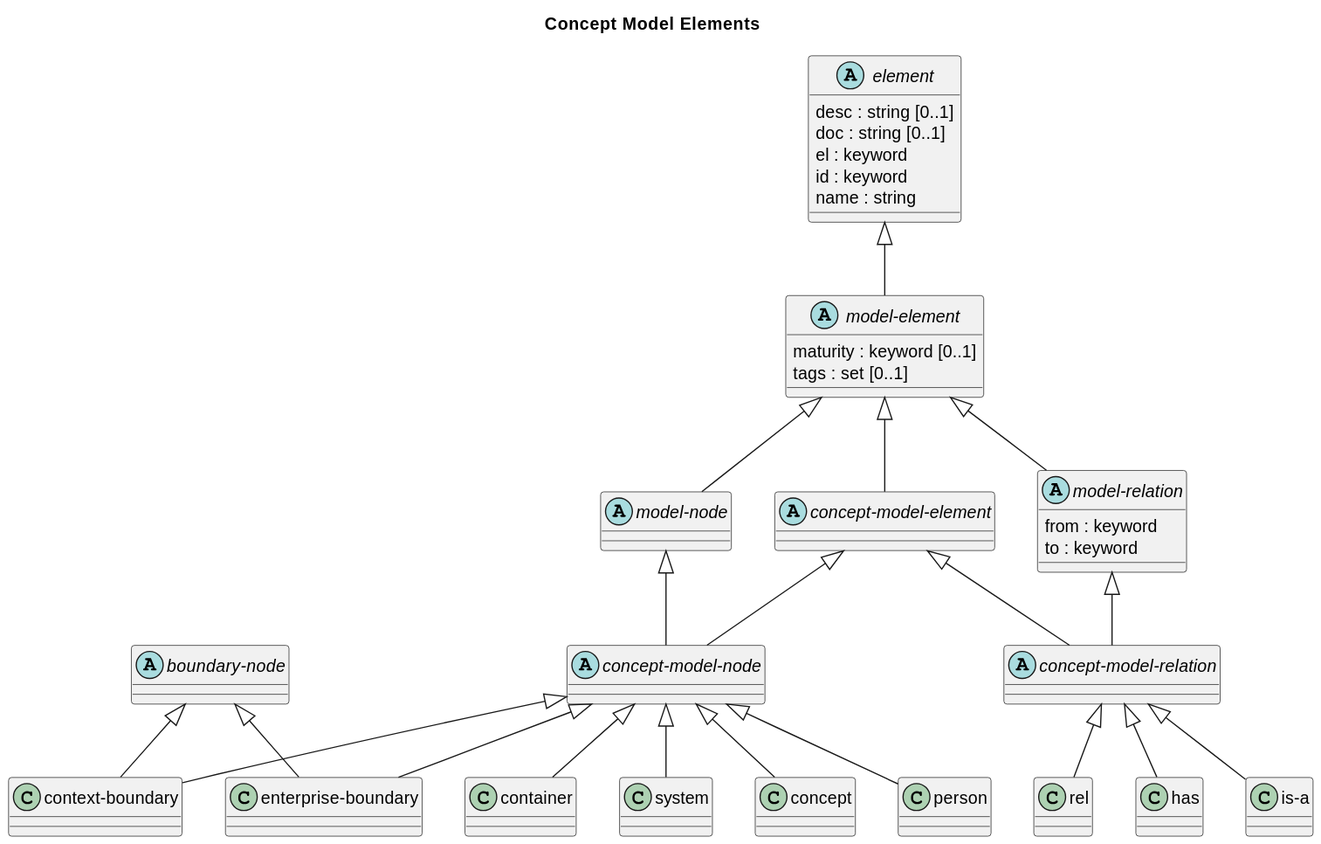
Before: doc/images/overarch/data-model/concept-model-elements.svg, a diagram exported from PlantUML (soulspace-org/overarch).
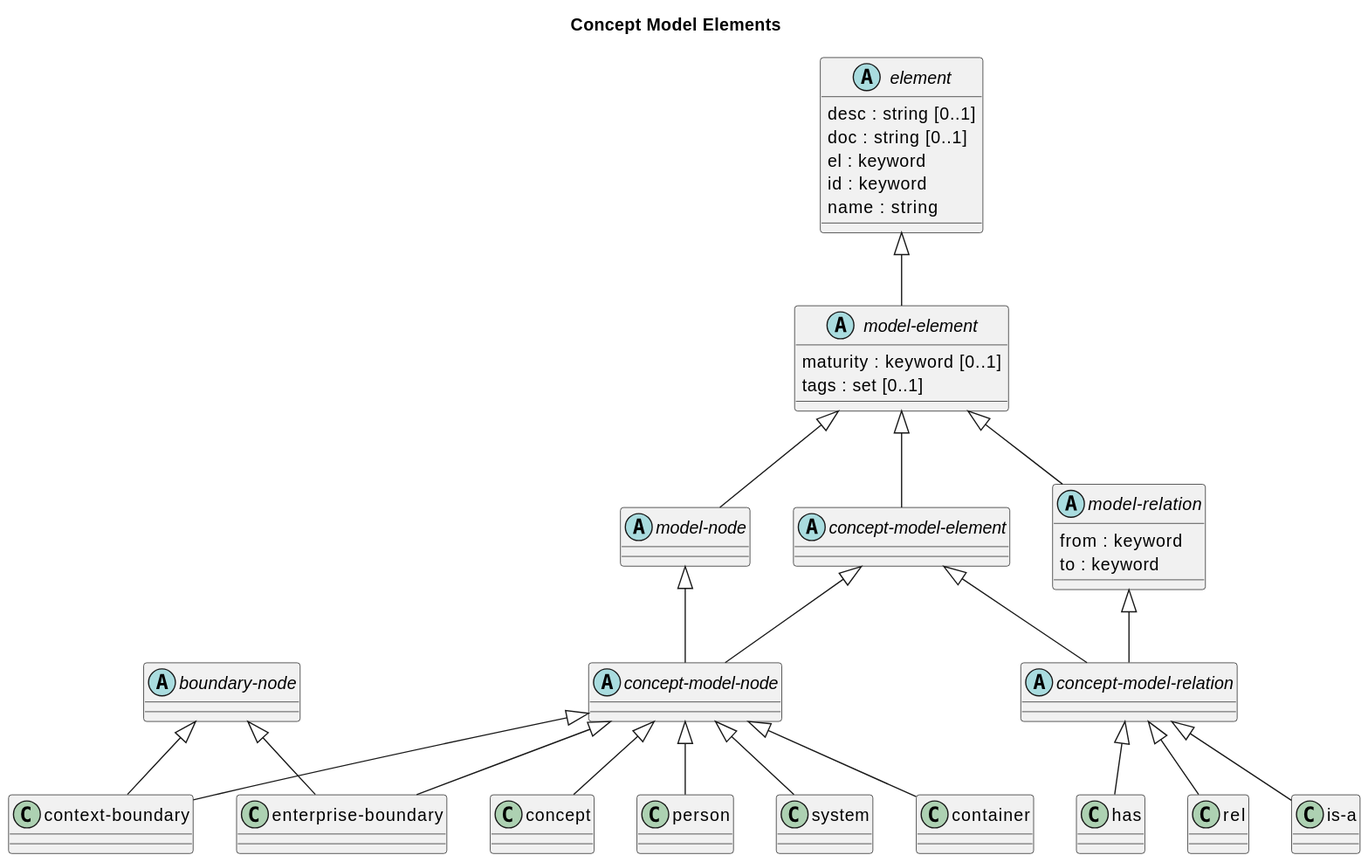
Later version of the same file.

Commit message:
update data model diagrams

Diff of the diagram source:
```diff
@@ -2,16 +2,14 @@
 title Concept Model Elements
 
 class "enterprise-boundary" as overarch_dataModel_enterpriseBoundary {}
+abstract class "concept-model-element" as overarch_dataModel_conceptModelElement {}
+abstract class "model-element" as overarch_dataModel_modelElement {
+  maturity : keyword [0..1]
+  tags : set [0..1]
+}
+class "person" as overarch_dataModel_person {}
 class "system" as overarch_dataModel_system {}
-abstract class "concept-model-element" as overarch_dataModel_conceptModelElement {}
-abstract class "element" as overarch_dataModel_element {
-  desc : string [0..1]
-  doc : string [0..1]
-  el : keyword
-  id : keyword
-  name : string
-}
-class "rel" as overarch_dataModel_rel {}
+class "container" as overarch_dataModel_container {}
 class "context-boundary" as overarch_dataModel_contextBoundary {}
 class "concept" as overarch_dataModel_concept {}
 class "has" as overarch_dataModel_has {}
@@ -21,14 +19,16 @@
   from : keyword
   to : keyword
 }
+class "rel" as overarch_dataModel_rel {}
 abstract class "boundary-node" as overarch_dataModel_boundaryNode {}
-abstract class "model-element" as overarch_dataModel_modelElement {
-  maturity : keyword [0..1]
-  tags : set [0..1]
+abstract class "concept-model-relation" as overarch_dataModel_conceptModelRelation {}
+abstract class "element" as overarch_dataModel_element {
+  desc : string [0..1]
+  doc : string [0..1]
+  el : keyword
+  id : keyword
+  name : string
 }
-abstract class "concept-model-relation" as overarch_dataModel_conceptModelRelation {}
-class "person" as overarch_dataModel_person {}
-class "container" as overarch_dataModel_container {}
 class "is-a" as overarch_dataModel_isA {}
 overarch_dataModel_element <|-- overarch_dataModel_modelElement
 overarch_dataModel_boundaryNode <|-- overarch_dataModel_contextBoundary
```
